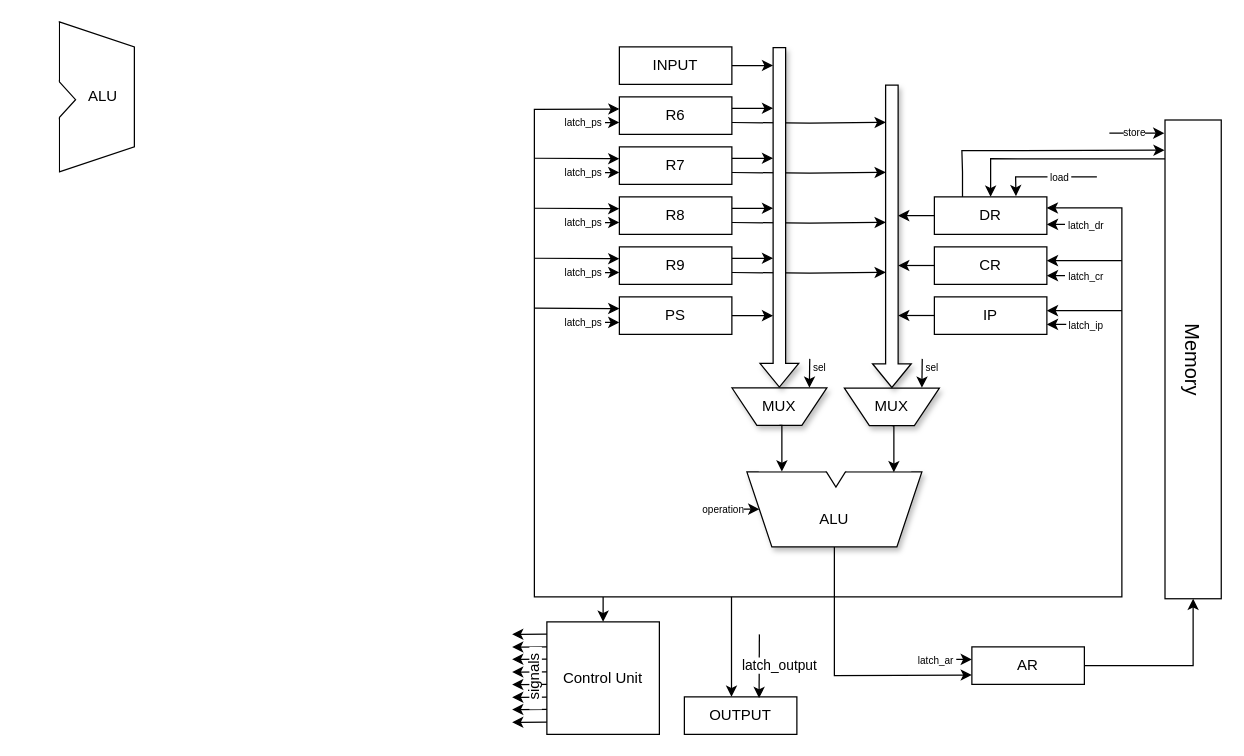
Before: charts/Untitled Diagram.drawio in volinadtim/csa-lab3, a draw.io diagram. Source tidied: cells renumbered, new cells numbered last; positions are measured from the earlier drawing's top-left corner, leaving out a move shared by most shapes. Both pictures are drawn from the tidied source at 125%, with x=0, y=0 at pixel (21, 21).
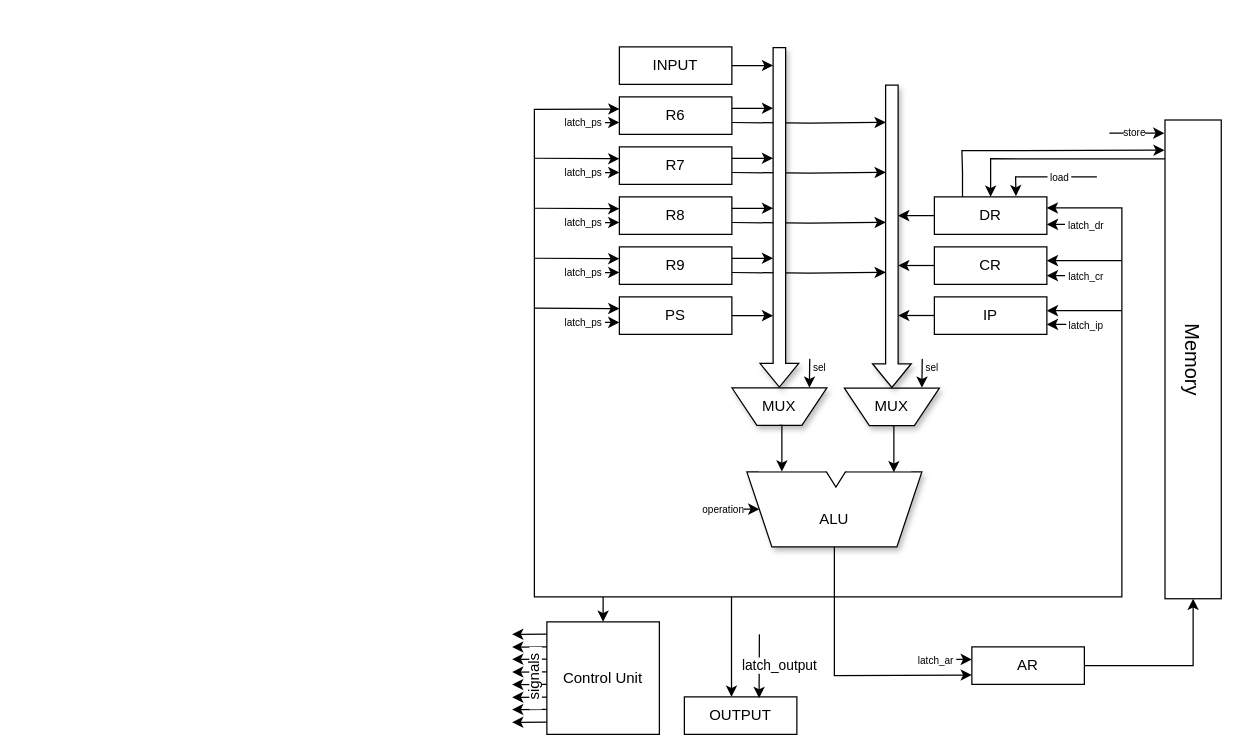
The same page after the edit.

Commit message:
Lab 3 CSA

Diff of the diagram source:
```diff
@@
-    <mxCell id="8" style="group;textShadow=0;" parent="1" vertex="1">
-      <mxGeometry y="30" width="121" height="70" as="geometry" />
-    </mxCell>
-    <mxCell id="9" value="&amp;nbsp; &amp;nbsp;ALU" style="shape=trapezoid;perimeter=trapezoidPerimeter;whiteSpace=wrap;html=1;fixedSize=1;direction=south;textShadow=0;" parent="8" vertex="1">
-      <mxGeometry x="30" y="-30" width="60" height="120" as="geometry" />
-    </mxCell>
-    <mxCell id="10" style="triangle;whiteSpace=wrap;html=1;rotation=-90;direction=south;textShadow=0;" parent="8" vertex="1">
-      <mxGeometry x="10.6" y="22.1" width="44.5" height="20.2" as="geometry" />
-    </mxCell>
-    <mxCell id="11" style="rounded=0;whiteSpace=wrap;html=1;strokeColor=#FFFFFF;direction=south;textShadow=0;" parent="8" vertex="1">
-      <mxGeometry x="20" y="-29" width="9" height="121" as="geometry" />
-    </mxCell>
```
